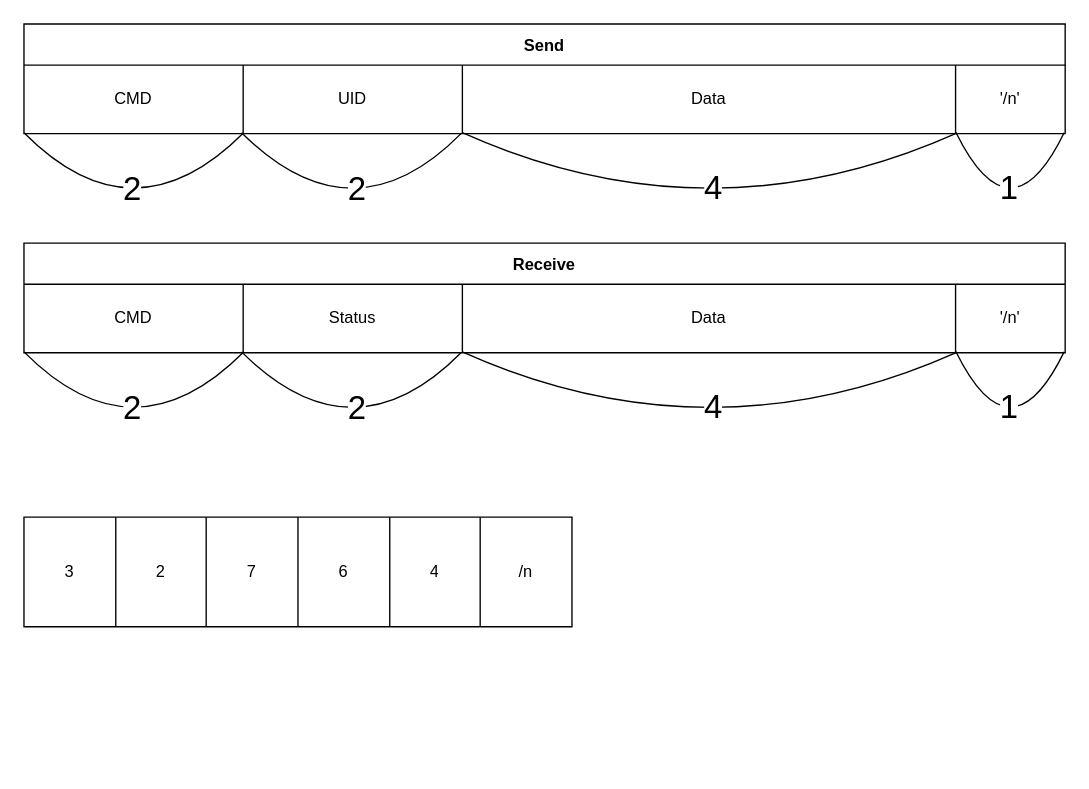
The draw.io diagram 판서.drawio in JangHyeongJun-0523/IoT_Project, before the edit. Source tidied: cells renumbered, new cells numbered last; positions are measured from the earlier drawing's top-left corner, leaving out a move shared by most shapes. Both pictures are drawn from the tidied source at 137%, with x=0, y=0 at pixel (23, 23).
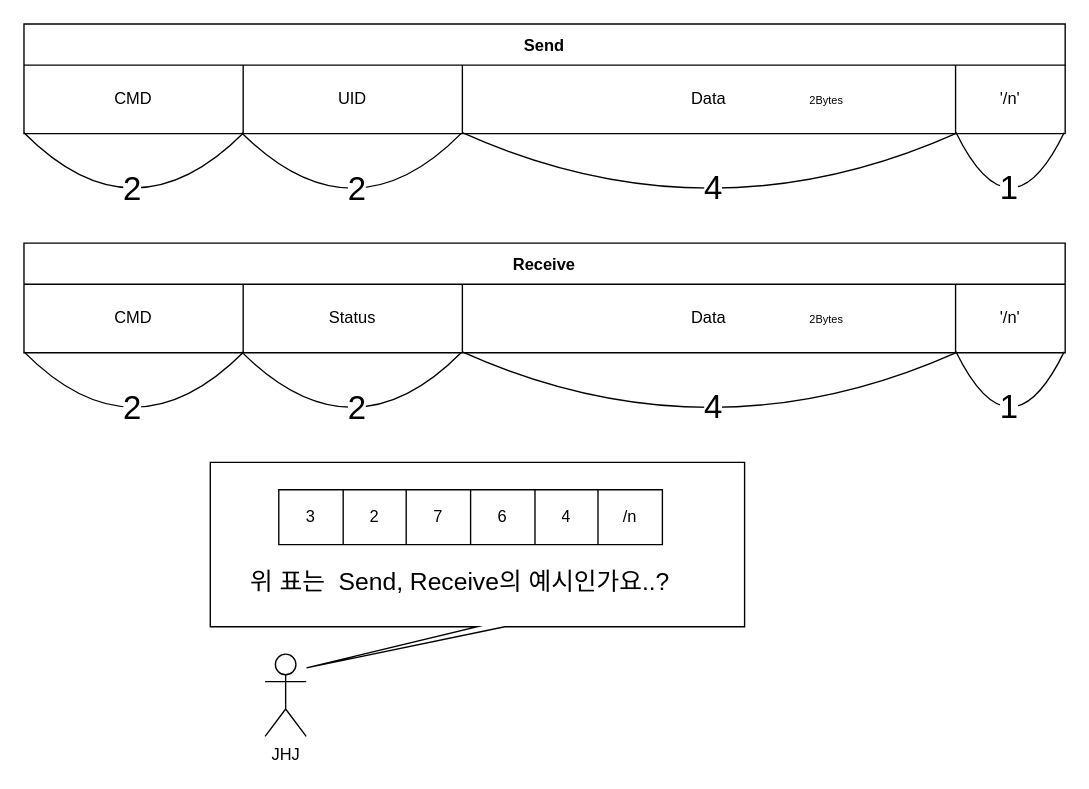
The same page after the edit.

Diff of the diagram source:
```diff
@@
+    <mxCell id="38" value="&lt;font style=&quot;font-size: 8px;&quot;&gt;2Bytes&lt;/font&gt;" style="text;html=1;align=center;verticalAlign=middle;whiteSpace=wrap;rounded=0;" parent="1" vertex="1">
+      <mxGeometry x="556" y="200" width="60" height="30" as="geometry" />
+    </mxCell>
+    <mxCell id="39" value="&lt;font style=&quot;font-size: 8px;&quot;&gt;2Bytes&lt;/font&gt;" style="text;html=1;align=center;verticalAlign=middle;whiteSpace=wrap;rounded=0;" parent="1" vertex="1">
+      <mxGeometry x="556" y="40" width="60" height="30" as="geometry" />
+    </mxCell>
+    <mxCell id="40" value="JHJ" style="shape=umlActor;verticalLabelPosition=bottom;verticalAlign=top;html=1;" parent="1" vertex="1">
+      <mxGeometry x="176" y="460" width="30" height="60" as="geometry" />
+    </mxCell>
+    <mxCell id="41" value="&lt;div&gt;&lt;br&gt;&lt;/div&gt;&lt;div&gt;&lt;br&gt;&lt;/div&gt;&lt;div&gt;&lt;br&gt;&lt;/div&gt;&lt;div&gt;&lt;br&gt;&lt;/div&gt;&lt;div&gt;&lt;font style=&quot;font-size: 18px;&quot;&gt;위 표는&amp;nbsp; Send, Receive의 예시인가요..?&amp;nbsp; &amp;nbsp; &amp;nbsp;&lt;/font&gt;&lt;/div&gt;" style="shape=callout;whiteSpace=wrap;html=1;perimeter=calloutPerimeter;position2=0.18;" parent="1" vertex="1">
+      <mxGeometry x="136" y="320" width="390" height="150" as="geometry" />
+    </mxCell>
     <mxCell id="30" style="shape=table;startSize=0;childLayout=tableLayout;" parent="1" vertex="1">
-      <mxGeometry y="360" width="400" height="80" as="geometry" />
+      <mxGeometry x="186" y="340" width="280" height="40" as="geometry" />
     </mxCell>
     <mxCell id="31" style="shape=tableRow;horizontal=0;startSize=0;swimlaneHead=0;swimlaneBody=0;strokeColor=inherit;top=0;left=0;bottom=0;right=0;fillColor=none;" parent="30" vertex="1">
-      <mxGeometry width="400" height="80" as="geometry" />
+      <mxGeometry width="280" height="40" as="geometry" />
     </mxCell>
     <mxCell id="32" value="3" style="shape=partialRectangle;html=1;whiteSpace=wrap;strokeColor=inherit;overflow=hidden;fillColor=none;top=0;left=0;bottom=0;right=0;" parent="31" vertex="1">
-      <mxGeometry width="67" height="80" as="geometry" />
+      <mxGeometry width="47" height="40" as="geometry" />
     </mxCell>
     <mxCell id="33" value="2" style="shape=partialRectangle;html=1;whiteSpace=wrap;strokeColor=inherit;overflow=hidden;fillColor=none;top=0;left=0;bottom=0;right=0;" parent="31" vertex="1">
-      <mxGeometry x="67" width="66" height="80" as="geometry" />
+      <mxGeometry x="47" width="46" height="40" as="geometry" />
     </mxCell>
     <mxCell id="34" value="7" style="shape=partialRectangle;html=1;whiteSpace=wrap;strokeColor=inherit;overflow=hidden;fillColor=none;top=0;left=0;bottom=0;right=0;" parent="31" vertex="1">
-      <mxGeometry x="133" width="67" height="80" as="geometry" />
+      <mxGeometry x="93" width="47" height="40" as="geometry" />
     </mxCell>
     <mxCell id="35" value="6" style="shape=partialRectangle;html=1;whiteSpace=wrap;strokeColor=inherit;overflow=hidden;fillColor=none;top=0;left=0;bottom=0;right=0;" parent="31" vertex="1">
-      <mxGeometry x="200" width="67" height="80" as="geometry" />
+      <mxGeometry x="140" width="47" height="40" as="geometry" />
     </mxCell>
     <mxCell id="36" value="4" style="shape=partialRectangle;html=1;whiteSpace=wrap;strokeColor=inherit;overflow=hidden;fillColor=none;top=0;left=0;bottom=0;right=0;" parent="31" vertex="1">
-      <mxGeometry x="267" width="66" height="80" as="geometry" />
+      <mxGeometry x="187" width="46" height="40" as="geometry" />
     </mxCell>
     <mxCell id="37" value="/n" style="shape=partialRectangle;html=1;whiteSpace=wrap;strokeColor=inherit;overflow=hidden;fillColor=none;top=0;left=0;bottom=0;right=0;" parent="31" vertex="1">
-      <mxGeometry x="333" width="67" height="80" as="geometry" />
+      <mxGeometry x="233" width="47" height="40" as="geometry" />
     </mxCell>
```
